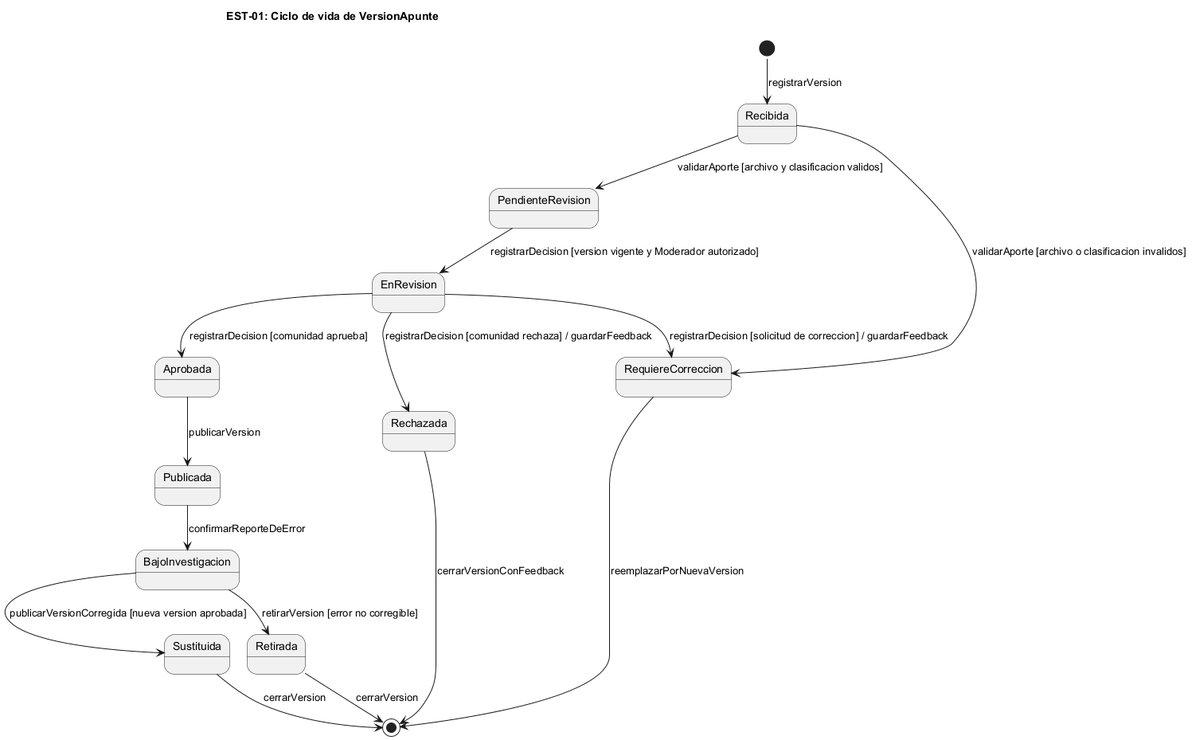
mapacheCorps/entrega keeps this PlantUML diagram as diagramas/est-01.png. Above is the earlier version. The source it was exported from:
```plantuml
@startuml
!pragma layout smetana
skinparam shadowing false
title EST-01: Ciclo de vida de VersionApunte
[*] --> Recibida : registrarVersion
Recibida --> PendienteRevision : validarAporte [archivo y clasificacion validos]
Recibida --> RequiereCorreccion : validarAporte [archivo o clasificacion invalidos]
PendienteRevision --> EnRevision : registrarDecision [version vigente y Moderador autorizado]
EnRevision --> Aprobada : registrarDecision [comunidad aprueba]
EnRevision --> Rechazada : registrarDecision [comunidad rechaza] / guardarFeedback
EnRevision --> RequiereCorreccion : registrarDecision [solicitud de correccion] / guardarFeedback
Aprobada --> Publicada : publicarVersion
Publicada --> BajoInvestigacion : confirmarReporteDeError
BajoInvestigacion --> Retirada : retirarVersion [error no corregible]
BajoInvestigacion --> Sustituida : publicarVersionCorregida [nueva version aprobada]
RequiereCorreccion --> [*] : reemplazarPorNuevaVersion
Rechazada --> [*] : cerrarVersionConFeedback
Retirada --> [*] : cerrarVersion
Sustituida --> [*] : cerrarVersion
@enduml
```
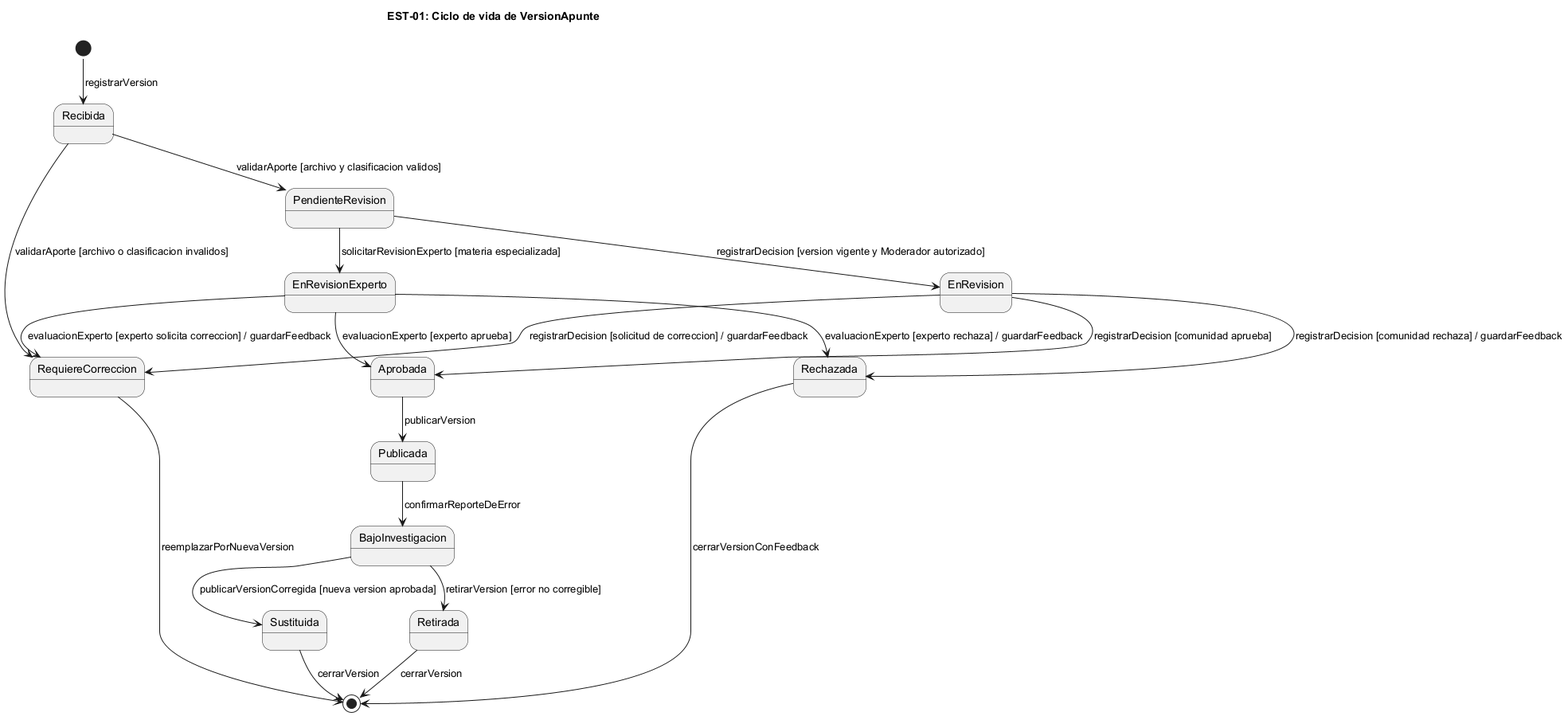
After the commit.

The edit, as a diff of the source:
```diff
@@ -6,9 +6,13 @@
 Recibida --> PendienteRevision : validarAporte [archivo y clasificacion validos]
 Recibida --> RequiereCorreccion : validarAporte [archivo o clasificacion invalidos]
 PendienteRevision --> EnRevision : registrarDecision [version vigente y Moderador autorizado]
+PendienteRevision --> EnRevisionExperto : solicitarRevisionExperto [materia especializada]
 EnRevision --> Aprobada : registrarDecision [comunidad aprueba]
 EnRevision --> Rechazada : registrarDecision [comunidad rechaza] / guardarFeedback
 EnRevision --> RequiereCorreccion : registrarDecision [solicitud de correccion] / guardarFeedback
+EnRevisionExperto --> Aprobada : evaluacionExperto [experto aprueba]
+EnRevisionExperto --> Rechazada : evaluacionExperto [experto rechaza] / guardarFeedback
+EnRevisionExperto --> RequiereCorreccion : evaluacionExperto [experto solicita correccion] / guardarFeedback
 Aprobada --> Publicada : publicarVersion
 Publicada --> BajoInvestigacion : confirmarReporteDeError
 BajoInvestigacion --> Retirada : retirarVersion [error no corregible]
```
